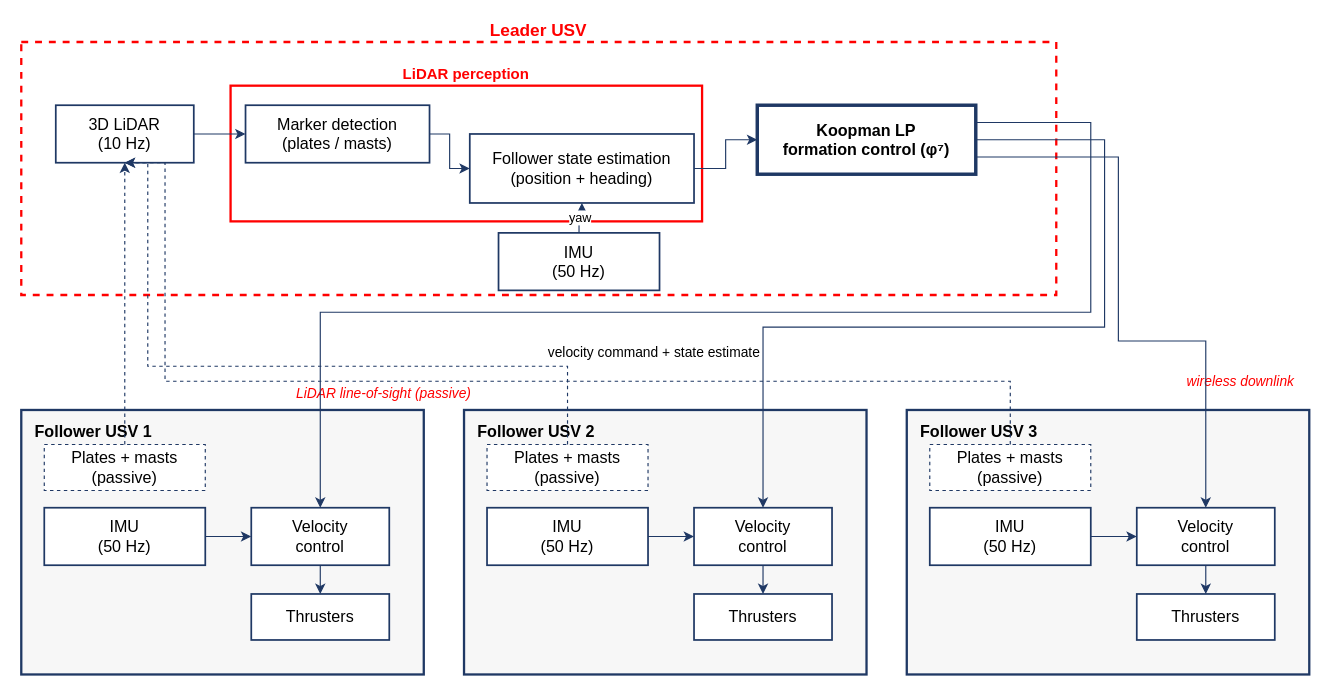
Above: IEEE-conference-template-062824/fig/system_architecture.drawio in yuuu1121/GTBOT (draw.io), before the change. Source tidied: cells renumbered, new cells numbered last; positions are measured from the earlier drawing's top-left corner, leaving out a move shared by most shapes. Both pictures are drawn from the tidied source at 115%, with x=0, y=0 at pixel (21, 41).
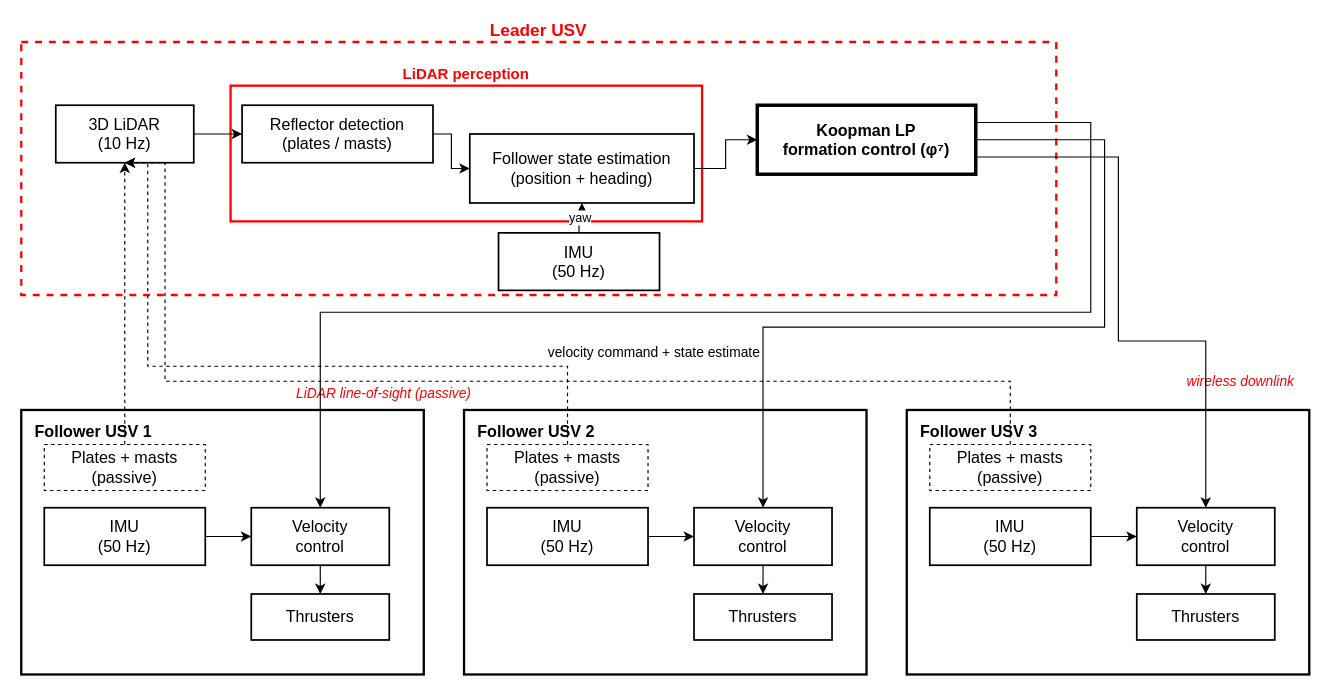
The same diagram, later.

Commit message (it also covers changes not shown here):
draft(ut27): 아키텍처 그림 — Reflector detection 명명, 선·테두리 검정, 채움 흰색, 글자 검정

Claude-Session: https://claude.ai/code/session_019qNLAuEkV57fTxt2qoVVH8

What changed in the source:
```diff
@@
-    <mxCell id="3" value="3D LiDAR&lt;br&gt;(10 Hz)" style="rounded=0;whiteSpace=wrap;html=1;fillColor=#ffffff;strokeColor=#1F3864;strokeWidth=1.5;fontSize=14;" parent="1" vertex="1">
+    <mxCell id="3" value="3D LiDAR&lt;br&gt;(10 Hz)" style="rounded=0;whiteSpace=wrap;html=1;fillColor=#ffffff;strokeColor=#000000;strokeWidth=1.5;fontSize=14;fontColor=#000000;" parent="1" vertex="1">
       <mxGeometry x="30" y="55" width="120" height="50" as="geometry" />
     </mxCell>
-    <mxCell id="4" value="Marker detection&lt;br&gt;(plates / masts)" style="rounded=0;whiteSpace=wrap;html=1;fillColor=#ffffff;strokeColor=#1F3864;strokeWidth=1.5;fontSize=14;" parent="1" vertex="1">
-      <mxGeometry x="195" y="55" width="160" height="50" as="geometry" />
+    <mxCell id="4" value="Reflector detection&lt;br&gt;(plates / masts)" style="rounded=0;whiteSpace=wrap;html=1;fillColor=#ffffff;strokeColor=#000000;strokeWidth=1.5;fontSize=14;fontColor=#000000;" parent="1" vertex="1">
+      <mxGeometry x="192" y="55" width="166" height="50" as="geometry" />
     </mxCell>
-    <mxCell id="5" value="IMU&lt;br&gt;(50 Hz)" style="rounded=0;whiteSpace=wrap;html=1;fillColor=#ffffff;strokeColor=#1F3864;strokeWidth=1.5;fontSize=14;" parent="1" vertex="1">
+    <mxCell id="5" value="IMU&lt;br&gt;(50 Hz)" style="rounded=0;whiteSpace=wrap;html=1;fillColor=#ffffff;strokeColor=#000000;strokeWidth=1.5;fontSize=14;fontColor=#000000;" parent="1" vertex="1">
       <mxGeometry x="415" y="166" width="140" height="50" as="geometry" />
     </mxCell>
@@
-    <mxCell id="7" value="Follower state estimation&lt;br&gt;(position + heading)" style="rounded=0;whiteSpace=wrap;html=1;fillColor=#ffffff;strokeColor=#1F3864;strokeWidth=1.5;fontSize=14;" parent="1" vertex="1">
+    <mxCell id="7" value="Follower state estimation&lt;br&gt;(position + heading)" style="rounded=0;whiteSpace=wrap;html=1;fillColor=#ffffff;strokeColor=#000000;strokeWidth=1.5;fontSize=14;fontColor=#000000;" parent="1" vertex="1">
       <mxGeometry x="390" y="80" width="195" height="60" as="geometry" />
     </mxCell>
-    <mxCell id="8" value="Koopman LP&lt;br&gt;formation control (φ⁷)" style="rounded=0;whiteSpace=wrap;html=1;fillColor=#ffffff;strokeColor=#1F3864;strokeWidth=3;fontSize=14;fontStyle=1;" parent="1" vertex="1">
+    <mxCell id="8" value="Koopman LP&lt;br&gt;formation control (φ⁷)" style="rounded=0;whiteSpace=wrap;html=1;fillColor=#ffffff;strokeColor=#000000;strokeWidth=3;fontSize=14;fontStyle=1;fontColor=#000000;" parent="1" vertex="1">
       <mxGeometry x="640" y="55" width="190" height="60" as="geometry" />
     </mxCell>
-    <mxCell id="9" value="Follower USV 1" style="rounded=0;fillColor=#F7F7F7;strokeColor=#1F3864;strokeWidth=2;verticalAlign=top;fontSize=14;fontStyle=1;align=left;spacingLeft=10;spacingTop=4;" parent="1" vertex="1">
+    <mxCell id="9" value="Follower USV 1" style="rounded=0;fillColor=#ffffff;strokeColor=#000000;strokeWidth=2;verticalAlign=top;fontSize=14;fontStyle=1;fontColor=#000000;align=left;spacingLeft=10;spacingTop=4;" parent="1" vertex="1">
       <mxGeometry y="320" width="350" height="230" as="geometry" />
     </mxCell>
-    <mxCell id="10" value="Plates + masts&lt;br&gt;(passive)" style="rounded=0;whiteSpace=wrap;html=1;fillColor=#ffffff;strokeColor=#1F3864;dashed=1;fontSize=14;" parent="1" vertex="1">
+    <mxCell id="10" value="Plates + masts&lt;br&gt;(passive)" style="rounded=0;whiteSpace=wrap;html=1;fillColor=#ffffff;strokeColor=#000000;dashed=1;fontSize=14;fontColor=#000000;" parent="1" vertex="1">
       <mxGeometry x="20" y="350" width="140" height="40" as="geometry" />
     </mxCell>
-    <mxCell id="11" value="IMU&lt;br&gt;(50 Hz)" style="rounded=0;whiteSpace=wrap;html=1;fillColor=#ffffff;strokeColor=#1F3864;strokeWidth=1.5;fontSize=14;" parent="1" vertex="1">
+    <mxCell id="11" value="IMU&lt;br&gt;(50 Hz)" style="rounded=0;whiteSpace=wrap;html=1;fillColor=#ffffff;strokeColor=#000000;strokeWidth=1.5;fontSize=14;fontColor=#000000;" parent="1" vertex="1">
       <mxGeometry x="20" y="405" width="140" height="50" as="geometry" />
     </mxCell>
-    <mxCell id="12" value="Velocity&lt;br&gt;control" style="rounded=0;whiteSpace=wrap;html=1;fillColor=#ffffff;strokeColor=#1F3864;strokeWidth=1.5;fontSize=14;" parent="1" vertex="1">
+    <mxCell id="12" value="Velocity&lt;br&gt;control" style="rounded=0;whiteSpace=wrap;html=1;fillColor=#ffffff;strokeColor=#000000;strokeWidth=1.5;fontSize=14;fontColor=#000000;" parent="1" vertex="1">
       <mxGeometry x="200" y="405" width="120" height="50" as="geometry" />
     </mxCell>
-    <mxCell id="13" value="Thrusters" style="rounded=0;whiteSpace=wrap;html=1;fillColor=#ffffff;strokeColor=#1F3864;strokeWidth=1.5;fontSize=14;" parent="1" vertex="1">
+    <mxCell id="13" value="Thrusters" style="rounded=0;whiteSpace=wrap;html=1;fillColor=#ffffff;strokeColor=#000000;strokeWidth=1.5;fontSize=14;fontColor=#000000;" parent="1" vertex="1">
       <mxGeometry x="200" y="480" width="120" height="40" as="geometry" />
     </mxCell>
-    <mxCell id="14" value="Follower USV 2" style="rounded=0;fillColor=#F7F7F7;strokeColor=#1F3864;strokeWidth=2;verticalAlign=top;fontSize=14;fontStyle=1;align=left;spacingLeft=10;spacingTop=4;" parent="1" vertex="1">
+    <mxCell id="14" value="Follower USV 2" style="rounded=0;fillColor=#ffffff;strokeColor=#000000;strokeWidth=2;verticalAlign=top;fontSize=14;fontStyle=1;fontColor=#000000;align=left;spacingLeft=10;spacingTop=4;" parent="1" vertex="1">
       <mxGeometry x="385" y="320" width="350" height="230" as="geometry" />
     </mxCell>
-    <mxCell id="15" value="Plates + masts&lt;br&gt;(passive)" style="rounded=0;whiteSpace=wrap;html=1;fillColor=#ffffff;strokeColor=#1F3864;dashed=1;fontSize=14;" parent="1" vertex="1">
+    <mxCell id="15" value="Plates + masts&lt;br&gt;(passive)" style="rounded=0;whiteSpace=wrap;html=1;fillColor=#ffffff;strokeColor=#000000;dashed=1;fontSize=14;fontColor=#000000;" parent="1" vertex="1">
       <mxGeometry x="405" y="350" width="140" height="40" as="geometry" />
     </mxCell>
-    <mxCell id="16" value="IMU&lt;br&gt;(50 Hz)" style="rounded=0;whiteSpace=wrap;html=1;fillColor=#ffffff;strokeColor=#1F3864;strokeWidth=1.5;fontSize=14;" parent="1" vertex="1">
+    <mxCell id="16" value="IMU&lt;br&gt;(50 Hz)" style="rounded=0;whiteSpace=wrap;html=1;fillColor=#ffffff;strokeColor=#000000;strokeWidth=1.5;fontSize=14;fontColor=#000000;" parent="1" vertex="1">
       <mxGeometry x="405" y="405" width="140" height="50" as="geometry" />
     </mxCell>
-    <mxCell id="17" value="Velocity&lt;br&gt;control" style="rounded=0;whiteSpace=wrap;html=1;fillColor=#ffffff;strokeColor=#1F3864;strokeWidth=1.5;fontSize=14;" parent="1" vertex="1">
+    <mxCell id="17" value="Velocity&lt;br&gt;control" style="rounded=0;whiteSpace=wrap;html=1;fillColor=#ffffff;strokeColor=#000000;strokeWidth=1.5;fontSize=14;fontColor=#000000;" parent="1" vertex="1">
       <mxGeometry x="585" y="405" width="120" height="50" as="geometry" />
     </mxCell>
-    <mxCell id="18" value="Thrusters" style="rounded=0;whiteSpace=wrap;html=1;fillColor=#ffffff;strokeColor=#1F3864;strokeWidth=1.5;fontSize=14;" parent="1" vertex="1">
+    <mxCell id="18" value="Thrusters" style="rounded=0;whiteSpace=wrap;html=1;fillColor=#ffffff;strokeColor=#000000;strokeWidth=1.5;fontSize=14;fontColor=#000000;" parent="1" vertex="1">
       <mxGeometry x="585" y="480" width="120" height="40" as="geometry" />
     </mxCell>
-    <mxCell id="19" value="Follower USV 3" style="rounded=0;fillColor=#F7F7F7;strokeColor=#1F3864;strokeWidth=2;verticalAlign=top;fontSize=14;fontStyle=1;align=left;spacingLeft=10;spacingTop=4;" parent="1" vertex="1">
+    <mxCell id="19" value="Follower USV 3" style="rounded=0;fillColor=#ffffff;strokeColor=#000000;strokeWidth=2;verticalAlign=top;fontSize=14;fontStyle=1;fontColor=#000000;align=left;spacingLeft=10;spacingTop=4;" parent="1" vertex="1">
       <mxGeometry x="770" y="320" width="350" height="230" as="geometry" />
     </mxCell>
-    <mxCell id="20" value="Plates + masts&lt;br&gt;(passive)" style="rounded=0;whiteSpace=wrap;html=1;fillColor=#ffffff;strokeColor=#1F3864;dashed=1;fontSize=14;" parent="1" vertex="1">
+    <mxCell id="20" value="Plates + masts&lt;br&gt;(passive)" style="rounded=0;whiteSpace=wrap;html=1;fillColor=#ffffff;strokeColor=#000000;dashed=1;fontSize=14;fontColor=#000000;" parent="1" vertex="1">
       <mxGeometry x="790" y="350" width="140" height="40" as="geometry" />
     </mxCell>
-    <mxCell id="21" value="IMU&lt;br&gt;(50 Hz)" style="rounded=0;whiteSpace=wrap;html=1;fillColor=#ffffff;strokeColor=#1F3864;strokeWidth=1.5;fontSize=14;" parent="1" vertex="1">
+    <mxCell id="21" value="IMU&lt;br&gt;(50 Hz)" style="rounded=0;whiteSpace=wrap;html=1;fillColor=#ffffff;strokeColor=#000000;strokeWidth=1.5;fontSize=14;fontColor=#000000;" parent="1" vertex="1">
       <mxGeometry x="790" y="405" width="140" height="50" as="geometry" />
     </mxCell>
-    <mxCell id="22" value="Velocity&lt;br&gt;control" style="rounded=0;whiteSpace=wrap;html=1;fillColor=#ffffff;strokeColor=#1F3864;strokeWidth=1.5;fontSize=14;" parent="1" vertex="1">
+    <mxCell id="22" value="Velocity&lt;br&gt;control" style="rounded=0;whiteSpace=wrap;html=1;fillColor=#ffffff;strokeColor=#000000;strokeWidth=1.5;fontSize=14;fontColor=#000000;" parent="1" vertex="1">
       <mxGeometry x="970" y="405" width="120" height="50" as="geometry" />
     </mxCell>
-    <mxCell id="23" value="Thrusters" style="rounded=0;whiteSpace=wrap;html=1;fillColor=#ffffff;strokeColor=#1F3864;strokeWidth=1.5;fontSize=14;" parent="1" vertex="1">
+    <mxCell id="23" value="Thrusters" style="rounded=0;whiteSpace=wrap;html=1;fillColor=#ffffff;strokeColor=#000000;strokeWidth=1.5;fontSize=14;fontColor=#000000;" parent="1" vertex="1">
       <mxGeometry x="970" y="480" width="120" height="40" as="geometry" />
     </mxCell>
-    <mxCell id="24" value="velocity command + state estimate" style="text;html=1;align=center;verticalAlign=middle;fontSize=12;" parent="1" vertex="1">
+    <mxCell id="24" value="velocity command + state estimate" style="text;html=1;align=center;verticalAlign=middle;fontSize=12;fontColor=#000000;" parent="1" vertex="1">
       <mxGeometry x="390" y="262" width="320" height="16" as="geometry" />
     </mxCell>
@@
-    <mxCell id="27" style="edgeStyle=orthogonalEdgeStyle;rounded=0;html=1;fontSize=11;strokeColor=#1F3864;exitX=1.0;exitY=0.5;exitDx=0;exitDy=0;entryX=0.0;entryY=0.5;entryDx=0;entryDy=0;" parent="1" edge="1" source="3" target="4">
+    <mxCell id="27" style="edgeStyle=orthogonalEdgeStyle;rounded=0;html=1;fontSize=11;strokeColor=#000000;exitX=1.0;exitY=0.5;exitDx=0;exitDy=0;entryX=0.0;entryY=0.5;entryDx=0;entryDy=0;" parent="1" edge="1" source="3" target="4">
       <mxGeometry relative="1" as="geometry" />
     </mxCell>
-    <mxCell id="28" style="edgeStyle=orthogonalEdgeStyle;rounded=0;html=1;fontSize=11;strokeColor=#1F3864;exitX=1.0;exitY=0.5;exitDx=0;exitDy=0;entryX=0.0;entryY=0.5;entryDx=0;entryDy=0;" parent="1" edge="1" source="4" target="7">
+    <mxCell id="28" style="edgeStyle=orthogonalEdgeStyle;rounded=0;html=1;fontSize=11;strokeColor=#000000;exitX=1.0;exitY=0.5;exitDx=0;exitDy=0;entryX=0.0;entryY=0.5;entryDx=0;entryDy=0;" parent="1" edge="1" source="4" target="7">
       <mxGeometry relative="1" as="geometry" />
     </mxCell>
-    <mxCell id="29" value="yaw" style="edgeStyle=orthogonalEdgeStyle;rounded=0;html=1;fontSize=11;strokeColor=#1F3864;exitX=0.5;exitY=0.0;exitDx=0;exitDy=0;entryX=0.5;entryY=1.0;entryDx=0;entryDy=0;" parent="1" edge="1" source="5" target="7">
+    <mxCell id="29" value="yaw" style="edgeStyle=orthogonalEdgeStyle;rounded=0;html=1;fontSize=11;strokeColor=#000000;exitX=0.5;exitY=0.0;exitDx=0;exitDy=0;entryX=0.5;entryY=1.0;entryDx=0;entryDy=0;" parent="1" edge="1" source="5" target="7">
       <mxGeometry relative="1" as="geometry" />
     </mxCell>
-    <mxCell id="30" style="edgeStyle=orthogonalEdgeStyle;rounded=0;html=1;fontSize=11;strokeColor=#1F3864;exitX=1.0;exitY=0.5;exitDx=0;exitDy=0;entryX=0.0;entryY=0.5;entryDx=0;entryDy=0;" parent="1" edge="1" source="7" target="8">
+    <mxCell id="30" style="edgeStyle=orthogonalEdgeStyle;rounded=0;html=1;fontSize=11;strokeColor=#000000;exitX=1.0;exitY=0.5;exitDx=0;exitDy=0;entryX=0.0;entryY=0.5;entryDx=0;entryDy=0;" parent="1" edge="1" source="7" target="8">
       <mxGeometry relative="1" as="geometry" />
     </mxCell>
-    <mxCell id="31" style="edgeStyle=orthogonalEdgeStyle;rounded=0;html=1;fontSize=11;strokeColor=#1F3864;exitX=1.0;exitY=0.5;exitDx=0;exitDy=0;entryX=0.0;entryY=0.5;entryDx=0;entryDy=0;" parent="1" edge="1" source="11" target="12">
+    <mxCell id="31" style="edgeStyle=orthogonalEdgeStyle;rounded=0;html=1;fontSize=11;strokeColor=#000000;exitX=1.0;exitY=0.5;exitDx=0;exitDy=0;entryX=0.0;entryY=0.5;entryDx=0;entryDy=0;" parent="1" edge="1" source="11" target="12">
       <mxGeometry relative="1" as="geometry" />
     </mxCell>
-    <mxCell id="32" style="edgeStyle=orthogonalEdgeStyle;rounded=0;html=1;fontSize=11;strokeColor=#1F3864;exitX=0.5;exitY=1.0;exitDx=0;exitDy=0;entryX=0.5;entryY=0.0;entryDx=0;entryDy=0;" parent="1" edge="1" source="12" target="13">
+    <mxCell id="32" style="edgeStyle=orthogonalEdgeStyle;rounded=0;html=1;fontSize=11;strokeColor=#000000;exitX=0.5;exitY=1.0;exitDx=0;exitDy=0;entryX=0.5;entryY=0.0;entryDx=0;entryDy=0;" parent="1" edge="1" source="12" target="13">
       <mxGeometry relative="1" as="geometry" />
     </mxCell>
-    <mxCell id="33" style="edgeStyle=orthogonalEdgeStyle;rounded=0;html=1;fontSize=11;strokeColor=#1F3864;exitX=1.0;exitY=0.5;exitDx=0;exitDy=0;entryX=0.0;entryY=0.5;entryDx=0;entryDy=0;" parent="1" edge="1" source="16" target="17">
+    <mxCell id="33" style="edgeStyle=orthogonalEdgeStyle;rounded=0;html=1;fontSize=11;strokeColor=#000000;exitX=1.0;exitY=0.5;exitDx=0;exitDy=0;entryX=0.0;entryY=0.5;entryDx=0;entryDy=0;" parent="1" edge="1" source="16" target="17">
       <mxGeometry relative="1" as="geometry" />
     </mxCell>
-    <mxCell id="34" style="edgeStyle=orthogonalEdgeStyle;rounded=0;html=1;fontSize=11;strokeColor=#1F3864;exitX=0.5;exitY=1.0;exitDx=0;exitDy=0;entryX=0.5;entryY=0.0;entryDx=0;entryDy=0;" parent="1" edge="1" source="17" target="18">
+    <mxCell id="34" style="edgeStyle=orthogonalEdgeStyle;rounded=0;html=1;fontSize=11;strokeColor=#000000;exitX=0.5;exitY=1.0;exitDx=0;exitDy=0;entryX=0.5;entryY=0.0;entryDx=0;entryDy=0;" parent="1" edge="1" source="17" target="18">
       <mxGeometry relative="1" as="geometry" />
     </mxCell>
-    <mxCell id="35" style="edgeStyle=orthogonalEdgeStyle;rounded=0;html=1;fontSize=11;strokeColor=#1F3864;exitX=1.0;exitY=0.5;exitDx=0;exitDy=0;entryX=0.0;entryY=0.5;entryDx=0;entryDy=0;" parent="1" edge="1" source="21" target="22">
+    <mxCell id="35" style="edgeStyle=orthogonalEdgeStyle;rounded=0;html=1;fontSize=11;strokeColor=#000000;exitX=1.0;exitY=0.5;exitDx=0;exitDy=0;entryX=0.0;entryY=0.5;entryDx=0;entryDy=0;" parent="1" edge="1" source="21" target="22">
       <mxGeometry relative="1" as="geometry" />
     </mxCell>
-    <mxCell id="36" style="edgeStyle=orthogonalEdgeStyle;rounded=0;html=1;fontSize=11;strokeColor=#1F3864;exitX=0.5;exitY=1.0;exitDx=0;exitDy=0;entryX=0.5;entryY=0.0;entryDx=0;entryDy=0;" parent="1" edge="1" source="22" target="23">
+    <mxCell id="36" style="edgeStyle=orthogonalEdgeStyle;rounded=0;html=1;fontSize=11;strokeColor=#000000;exitX=0.5;exitY=1.0;exitDx=0;exitDy=0;entryX=0.5;entryY=0.0;entryDx=0;entryDy=0;" parent="1" edge="1" source="22" target="23">
       <mxGeometry relative="1" as="geometry" />
     </mxCell>
-    <mxCell id="37" style="edgeStyle=orthogonalEdgeStyle;rounded=0;html=1;fontSize=11;strokeColor=#1F3864;exitX=1.0;exitY=0.5;exitDx=0;exitDy=0;entryX=0.5;entryY=0.0;entryDx=0;entryDy=0;" parent="1" edge="1" source="8" target="12">
+    <mxCell id="37" style="edgeStyle=orthogonalEdgeStyle;rounded=0;html=1;fontSize=11;strokeColor=#000000;exitX=1.0;exitY=0.5;exitDx=0;exitDy=0;entryX=0.5;entryY=0.0;entryDx=0;entryDy=0;" parent="1" edge="1" source="8" target="12">
       <mxGeometry relative="1" as="geometry">
         <Array as="points">
           <mxPoint x="930" y="70" />
           <mxPoint x="930" y="235" />
           <mxPoint x="260" y="235" />
         </Array>
       </mxGeometry>
     </mxCell>
-    <mxCell id="38" style="edgeStyle=orthogonalEdgeStyle;rounded=0;html=1;fontSize=11;strokeColor=#1F3864;exitX=1.0;exitY=0.5;exitDx=0;exitDy=0;entryX=0.5;entryY=0.0;entryDx=0;entryDy=0;" parent="1" edge="1" source="8" target="17">
+    <mxCell id="38" style="edgeStyle=orthogonalEdgeStyle;rounded=0;html=1;fontSize=11;strokeColor=#000000;exitX=1.0;exitY=0.5;exitDx=0;exitDy=0;entryX=0.5;entryY=0.0;entryDx=0;entryDy=0;" parent="1" edge="1" source="8" target="17">
       <mxGeometry relative="1" as="geometry">
         <Array as="points">
           <mxPoint x="942" y="85" />
           <mxPoint x="942" y="248" />
           <mxPoint x="645" y="248" />
         </Array>
       </mxGeometry>
     </mxCell>
-    <mxCell id="39" style="edgeStyle=orthogonalEdgeStyle;rounded=0;html=1;fontSize=11;strokeColor=#1F3864;exitX=1.0;exitY=0.5;exitDx=0;exitDy=0;entryX=0.5;entryY=0.0;entryDx=0;entryDy=0;" parent="1" edge="1" source="8" target="22">
+    <mxCell id="39" style="edgeStyle=orthogonalEdgeStyle;rounded=0;html=1;fontSize=11;strokeColor=#000000;exitX=1.0;exitY=0.5;exitDx=0;exitDy=0;entryX=0.5;entryY=0.0;entryDx=0;entryDy=0;" parent="1" edge="1" source="8" target="22">
       <mxGeometry relative="1" as="geometry">
         <Array as="points">
           <mxPoint x="954" y="100" />
           <mxPoint x="954" y="260" />
           <mxPoint x="1030" y="260" />
         </Array>
       </mxGeometry>
     </mxCell>
-    <mxCell id="40" style="edgeStyle=orthogonalEdgeStyle;rounded=0;html=1;fontSize=11;strokeColor=#1F3864;exitX=0.5;exitY=0.0;exitDx=0;exitDy=0;entryX=0.5;entryY=1.0;entryDx=0;entryDy=0;dashed=1;" parent="1" edge="1" source="10" target="3">
+    <mxCell id="40" style="edgeStyle=orthogonalEdgeStyle;rounded=0;html=1;fontSize=11;strokeColor=#000000;exitX=0.5;exitY=0.0;exitDx=0;exitDy=0;entryX=0.5;entryY=1.0;entryDx=0;entryDy=0;dashed=1;" parent="1" edge="1" source="10" target="3">
       <mxGeometry relative="1" as="geometry">
         <Array as="points">
           <mxPoint x="90" y="300" />
         </Array>
       </mxGeometry>
     </mxCell>
-    <mxCell id="41" style="edgeStyle=orthogonalEdgeStyle;rounded=0;html=1;fontSize=11;strokeColor=#1F3864;exitX=0.5;exitY=0.0;exitDx=0;exitDy=0;entryX=0.5;entryY=1.0;entryDx=0;entryDy=0;dashed=1;" parent="1" edge="1" source="15" target="3">
+    <mxCell id="41" style="edgeStyle=orthogonalEdgeStyle;rounded=0;html=1;fontSize=11;strokeColor=#000000;exitX=0.5;exitY=0.0;exitDx=0;exitDy=0;entryX=0.5;entryY=1.0;entryDx=0;entryDy=0;dashed=1;" parent="1" edge="1" source="15" target="3">
       <mxGeometry relative="1" as="geometry">
         <Array as="points">
           <mxPoint x="475" y="282" />
           <mxPoint x="110" y="282" />
         </Array>
       </mxGeometry>
     </mxCell>
-    <mxCell id="42" style="edgeStyle=orthogonalEdgeStyle;rounded=0;html=1;fontSize=11;strokeColor=#1F3864;exitX=0.5;exitY=0.0;exitDx=0;exitDy=0;entryX=0.5;entryY=1.0;entryDx=0;entryDy=0;dashed=1;" parent="1" edge="1" source="20" target="3">
+    <mxCell id="42" style="edgeStyle=orthogonalEdgeStyle;rounded=0;html=1;fontSize=11;strokeColor=#000000;exitX=0.5;exitY=0.0;exitDx=0;exitDy=0;entryX=0.5;entryY=1.0;entryDx=0;entryDy=0;dashed=1;" parent="1" edge="1" source="20" target="3">
       <mxGeometry relative="1" as="geometry">
         <Array as="points">
           <mxPoint x="860" y="295" />
           <mxPoint x="125" y="295" />
         </Array>
       </mxGeometry>
     </mxCell>
```
